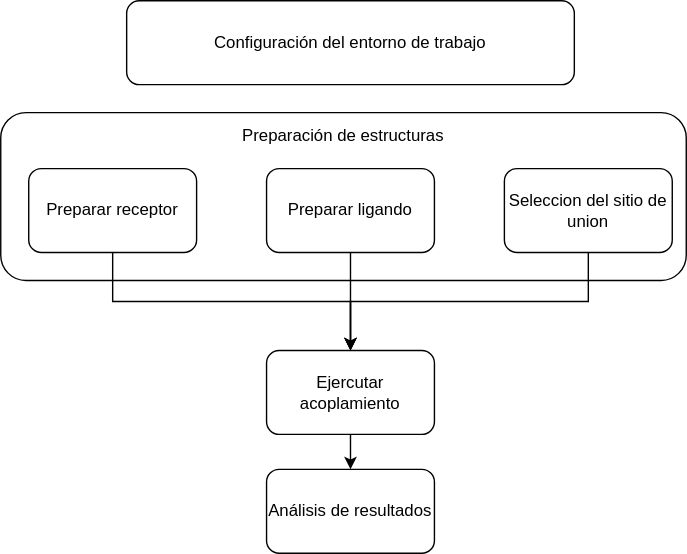
aljusa/lowhaningmolecules keeps this draw.io diagram as images/docking_diagram.svg. Above is the earlier version. Source tidied: cells renumbered, new cells last; positions are measured from the earlier drawing's top-left corner, leaving out a move shared by most shapes.
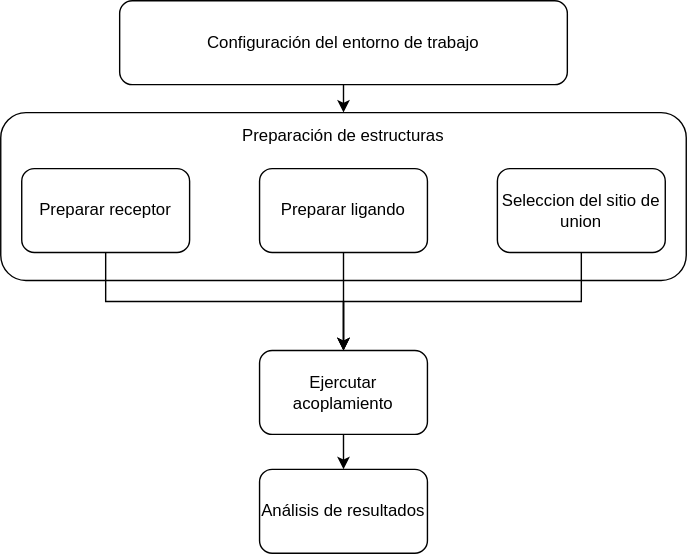
Later version of the same file.

Change to the diagram source:
```diff
@@ -3,7 +3,7 @@
     <mxCell id="0" />
     <mxCell id="1" parent="0" />
     <mxCell id="2" value="Preparación de estructuras&lt;br&gt;&lt;br&gt;&lt;br&gt;&lt;br&gt;&lt;br&gt;&lt;br&gt;&lt;br&gt;" style="rounded=1;whiteSpace=wrap;html=1;" parent="1" vertex="1">
-      <mxGeometry y="80" width="490" height="120" as="geometry" />
+      <mxGeometry x="5" y="80" width="490" height="120" as="geometry" />
     </mxCell>
     <mxCell id="3" style="edgeStyle=orthogonalEdgeStyle;rounded=0;jettySize=auto;html=1;exitX=0.5;exitY=1;exitDx=0;exitDy=0;entryX=0.5;entryY=0;entryDx=0;entryDy=0;" parent="1" edge="1" source="4" target="10">
       <mxGeometry relative="1" as="geometry" />
@@ -32,6 +32,9 @@
     <mxCell id="11" value="Análisis de resultados" style="rounded=1;whiteSpace=wrap;html=1;" parent="1" vertex="1">
       <mxGeometry x="190" y="335" width="120" height="60" as="geometry" />
     </mxCell>
+    <mxCell id="13" style="edgeStyle=orthogonalEdgeStyle;rounded=0;jettySize=auto;html=1;exitX=0.5;exitY=1;exitDx=0;exitDy=0;entryX=0.5;entryY=0;entryDx=0;entryDy=0;" parent="1" edge="1" source="12" target="2">
+      <mxGeometry relative="1" as="geometry" />
+    </mxCell>
     <mxCell id="12" value="Configuración del entorno de trabajo" style="rounded=1;whiteSpace=wrap;html=1;" parent="1" vertex="1">
       <mxGeometry x="90" width="320" height="60" as="geometry" />
     </mxCell>
```
